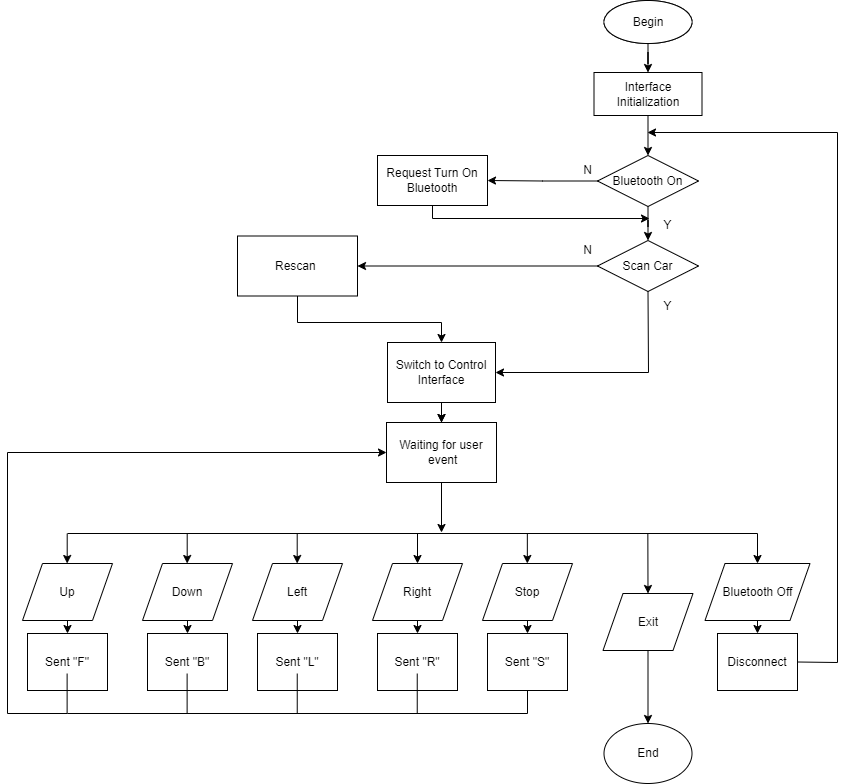
Earlier version of the draw.io export Algorithm Diagram.drawio.png (lil-dua/arduino_bluetooth_car). Source tidied: cells renumbered, new cells last; positions are measured from the earlier drawing's top-left corner, leaving out a move shared by most shapes.
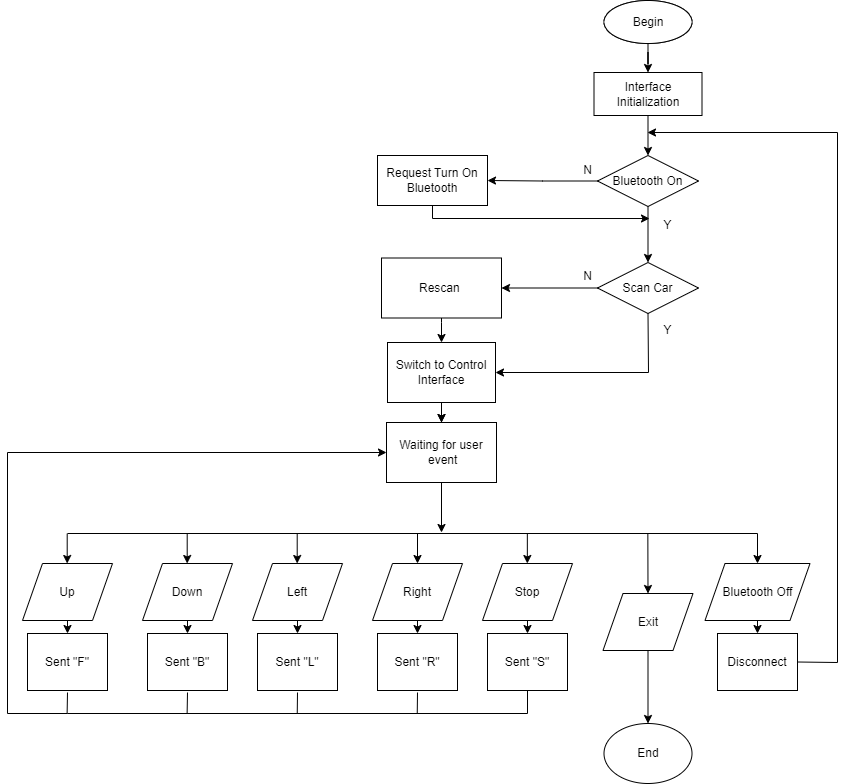
Above is the later version.

Diff of the diagram source:
```diff
@@ -21,7 +21,7 @@
       <mxGeometry x="590" y="155" width="101" height="51" as="geometry" />
     </mxCell>
     <mxCell id="8" value="Scan Car" style="rhombus;whiteSpace=wrap;html=1;" parent="1" vertex="1">
-      <mxGeometry x="590" y="240" width="101" height="51" as="geometry" />
+      <mxGeometry x="590" y="262" width="101" height="51" as="geometry" />
     </mxCell>
     <mxCell id="9" style="edgeStyle=orthogonalEdgeStyle;rounded=0;jettySize=auto;html=1;" parent="1" edge="1" source="55" target="12">
       <mxGeometry relative="1" as="geometry" />
@@ -156,28 +156,28 @@
         <mxPoint x="520" y="713" as="sourcePoint" />
       </mxGeometry>
     </mxCell>
-    <mxCell id="39" style="endArrow=none;html=1;rounded=0;entryX=0.5;entryY=1;entryDx=0;entryDy=0;" parent="1" edge="1">
+    <mxCell id="39" style="endArrow=none;html=1;rounded=0;" parent="1" edge="1">
       <mxGeometry relative="1" as="geometry">
         <mxPoint x="409.7" y="713" as="sourcePoint" />
-        <mxPoint x="409.7" y="673" as="targetPoint" />
+        <mxPoint x="410" y="692" as="targetPoint" />
       </mxGeometry>
     </mxCell>
-    <mxCell id="40" style="endArrow=none;html=1;rounded=0;entryX=0.5;entryY=1;entryDx=0;entryDy=0;" parent="1" edge="1">
+    <mxCell id="40" style="endArrow=none;html=1;rounded=0;" parent="1" edge="1">
       <mxGeometry relative="1" as="geometry">
         <mxPoint x="289.7" y="713" as="sourcePoint" />
-        <mxPoint x="289.7" y="673" as="targetPoint" />
+        <mxPoint x="290" y="692" as="targetPoint" />
       </mxGeometry>
     </mxCell>
-    <mxCell id="41" style="endArrow=none;html=1;rounded=0;entryX=0.5;entryY=1;entryDx=0;entryDy=0;" parent="1" edge="1">
+    <mxCell id="41" style="endArrow=none;html=1;rounded=0;" parent="1" edge="1">
       <mxGeometry relative="1" as="geometry">
         <mxPoint x="179.6" y="713" as="sourcePoint" />
-        <mxPoint x="179.6" y="673" as="targetPoint" />
+        <mxPoint x="180" y="692" as="targetPoint" />
       </mxGeometry>
     </mxCell>
-    <mxCell id="42" style="endArrow=none;html=1;rounded=0;entryX=0.5;entryY=1;entryDx=0;entryDy=0;" parent="1" edge="1">
+    <mxCell id="42" style="endArrow=none;html=1;rounded=0;" parent="1" edge="1">
       <mxGeometry relative="1" as="geometry">
         <mxPoint x="59.6" y="713" as="sourcePoint" />
-        <mxPoint x="59.6" y="673" as="targetPoint" />
+        <mxPoint x="60" y="692" as="targetPoint" />
       </mxGeometry>
     </mxCell>
     <mxCell id="43" style="endArrow=classic;html=1;rounded=0;entryX=0;entryY=0.5;entryDx=0;entryDy=0;" parent="1" edge="1" target="12">
@@ -196,10 +196,10 @@
       <mxGeometry x="645" y="210" width="30" height="30" as="geometry" />
     </mxCell>
     <mxCell id="46" value="Y" style="text;html=1;align=center;verticalAlign=middle;strokeColor=none;fillColor=none;" parent="1" vertex="1">
-      <mxGeometry x="645" y="291" width="30" height="30" as="geometry" />
+      <mxGeometry x="645" y="315" width="30" height="30" as="geometry" />
     </mxCell>
     <mxCell id="47" value="N" style="text;html=1;align=center;verticalAlign=middle;strokeColor=none;fillColor=none;" parent="1" vertex="1">
-      <mxGeometry x="565" y="235" width="30" height="30" as="geometry" />
+      <mxGeometry x="565" y="261" width="30" height="30" as="geometry" />
     </mxCell>
     <mxCell id="48" value="Up" style="shape=parallelogram;perimeter=parallelogramPerimeter;whiteSpace=wrap;html=1;fixedSize=1;" parent="1" vertex="1">
       <mxGeometry x="15" y="563" width="90" height="57" as="geometry" />
@@ -245,7 +245,7 @@
       </mxGeometry>
     </mxCell>
     <mxCell id="59" value="Rescan&amp;nbsp;" style="rounded=0;whiteSpace=wrap;html=1;" parent="1" vertex="1">
-      <mxGeometry x="230" y="235.5" width="120" height="60" as="geometry" />
+      <mxGeometry x="374" y="257.5" width="120" height="60" as="geometry" />
     </mxCell>
     <mxCell id="60" style="endArrow=classic;html=1;rounded=0;exitX=0;exitY=0.5;exitDx=0;exitDy=0;entryX=1;entryY=0.5;entryDx=0;entryDy=0;" parent="1" edge="1" source="8" target="59">
       <mxGeometry relative="1" as="geometry" />
@@ -253,7 +253,6 @@
     <mxCell id="61" style="endArrow=classic;html=1;rounded=0;exitX=0.5;exitY=1;exitDx=0;exitDy=0;entryX=0.5;entryY=0;entryDx=0;entryDy=0;" parent="1" edge="1" source="59" target="55">
       <mxGeometry relative="1" as="geometry">
         <Array as="points">
-          <mxPoint x="290" y="322" />
           <mxPoint x="434" y="322" />
         </Array>
       </mxGeometry>
```
